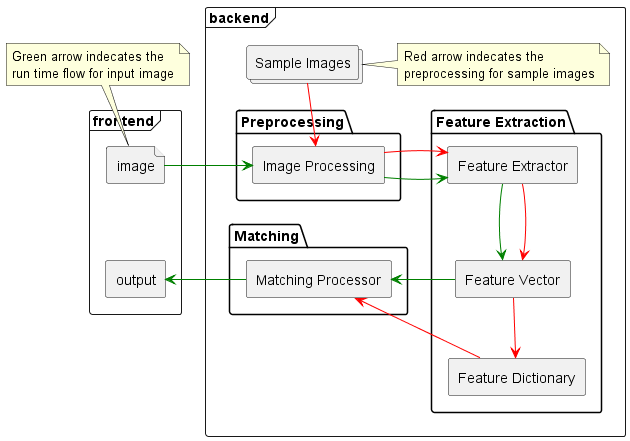
ISS-MTECH-IS-Project/IntelligentSensingSystemProject keeps this PlantUML diagram as SystemCode/System Design for My App.png. Above is the earlier version.
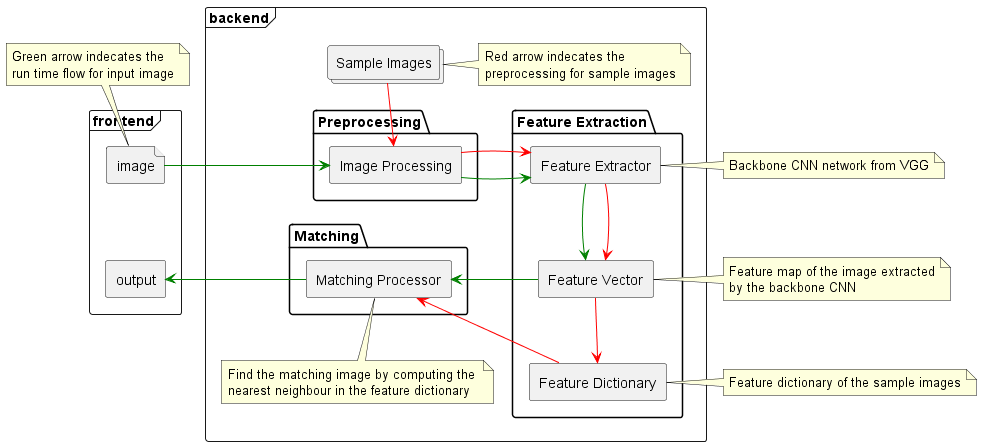
After the commit.

What changed in the source:
```diff
@@ -31,6 +31,10 @@
     package "Matching"{
         [Matching Processor]
     }
+    note as MP
+    Find the matching image by computing the
+    nearest neighbour in the feature dictionary
+    end note
 }
 
 image->[Image Processing] #Green
@@ -51,8 +55,30 @@
 run time flow for input image
 end note
 
+note as CNN
+Backbone CNN network from VGG
+end note
+
+note as FM
+Feature map of the image extracted
+by the backbone CNN
+end note
+
+note as FD
+Feature dictionary of the sample images
+end note
+
+
 
 G -- image
 [Sample Images] - R
 
+CNN - [Feature Extractor]
+
+FM - [Feature Vector]
+
+FD - [Feature Dictionary]
+
+[Matching Processor] -- MP
+
 @enduml
```
